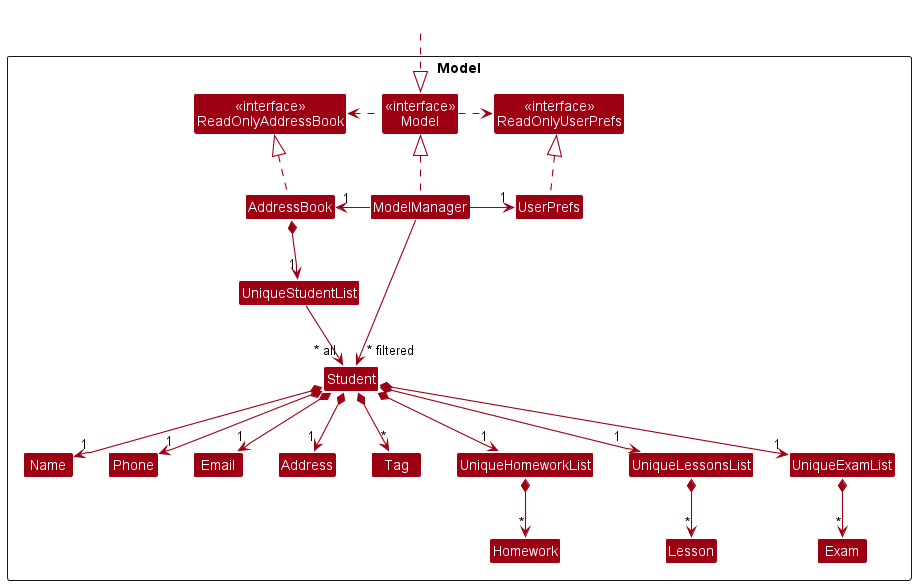
Before: docs/images/ModelClassDiagram.png, a diagram exported from PlantUML (nus-cs2103-AY2223S2/tp).
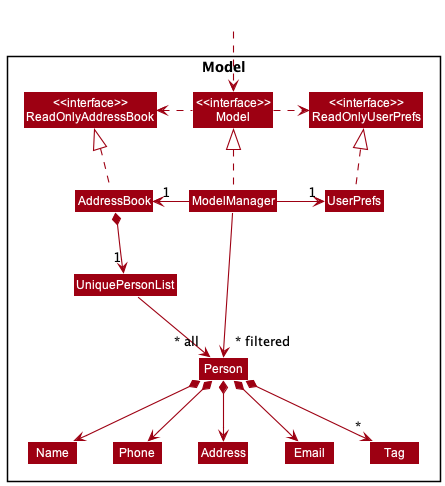
Above is the later version.

Change to the diagram source:
```diff
@@ -6,65 +6,45 @@
 
 Package Model <<Rectangle>>{
 Class "<<interface>>\nReadOnlyAddressBook" as ReadOnlyAddressBook
-Class "<<interface>>\nModel" as model
 Class "<<interface>>\nReadOnlyUserPrefs" as ReadOnlyUserPrefs
+Class "<<interface>>\nModel" as Model
 Class AddressBook
 Class ModelManager
 Class UserPrefs
 
-Class UniqueStudentList
-Class Student
+Class UniquePersonList
+Class Person
 Class Address
 Class Email
 Class Name
 Class Phone
 Class Tag
-Class Homework
-Class Exam
-Class Lesson
-
-
-Class UniqueHomeworkList
-Class UniqueLessonsList
-Class UniqueExamList
 
 }
+
 Class HiddenOutside #FFFFFF
-HiddenOutside .down.|> model
+HiddenOutside ..> Model
 
-ModelManager .up.|> model
 AddressBook .up.|> ReadOnlyAddressBook
-model .right.> ReadOnlyUserPrefs
-model .left.> ReadOnlyAddressBook
+
+ModelManager .up.|> Model
+Model .right.> ReadOnlyUserPrefs
+Model .left.> ReadOnlyAddressBook
 ModelManager -left-> "1" AddressBook
 ModelManager -right-> "1" UserPrefs
 UserPrefs .up.|> ReadOnlyUserPrefs
 
-
-
-AddressBook *--> "1" UniqueStudentList
-UniqueStudentList --> "~* all" Student
-Student *--> "1" Name
-Student *--> "1" Phone
-Student *--> "1" Email
-Student *--> "1" Address
-Student *--> "*" Tag
-
-Student *--> "1" UniqueHomeworkList
-UniqueHomeworkList *--> "*" Homework
-
-Student *--> "1" UniqueLessonsList
-UniqueLessonsList *--> "*" Lesson
-
-Student *--> "1" UniqueExamList
-UniqueExamList *--> "*" Exam
-
+AddressBook *--> "1" UniquePersonList
+UniquePersonList --> "~* all" Person
+Person *--> Name
+Person *--> Phone
+Person *--> Email
+Person *--> Address
+Person *--> "*" Tag
 
 Name -[hidden]right-> Phone
-Phone -[hidden]right-> Email
-Email -[hidden]right-> Address
+Phone -[hidden]right-> Address
+Address -[hidden]right-> Email
 
-ModelManager -->"~* filtered" Student
-
-
+ModelManager -->"~* filtered" Person
 @enduml
```
